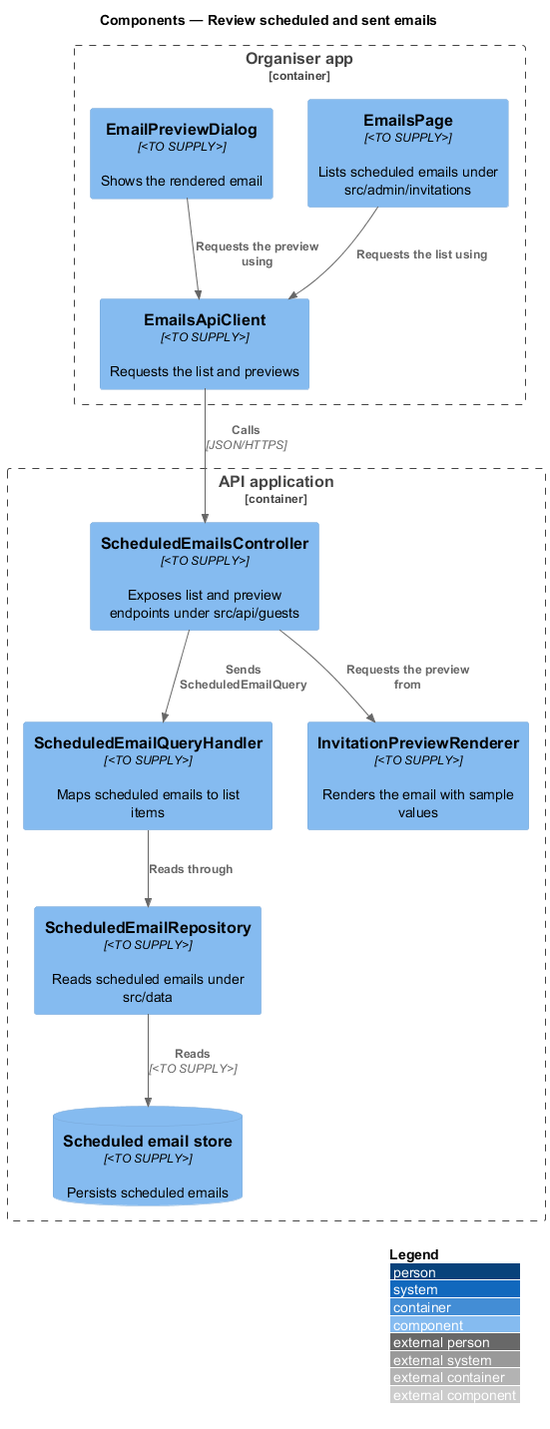
Earlier version of the PlantUML export docs/detailed-designs/invitations/review-scheduled-emails/diagrams/c4-component.png (QuinntyneBrown/rsvp-cms). Its diagram source:
```plantuml
@startuml
!include <C4/C4_Component>
LAYOUT_WITH_LEGEND()
title Components — Review scheduled and sent emails

Container_Boundary(admin, "Organiser app") {
  Component(page, "EmailsPage", "<TO SUPPLY>", "Lists scheduled emails under src/admin/invitations")
  Component(dialog, "EmailPreviewDialog", "<TO SUPPLY>", "Shows the rendered email")
  Component(client, "EmailsApiClient", "<TO SUPPLY>", "Requests the list and previews")
}
Container_Boundary(api, "API application") {
  Component(ctrl, "ScheduledEmailsController", "<TO SUPPLY>", "Exposes list and preview endpoints under src/api/guests")
  Component(handler, "ScheduledEmailQueryHandler", "<TO SUPPLY>", "Maps scheduled emails to list items")
  Component(renderer, "InvitationPreviewRenderer", "<TO SUPPLY>", "Renders the email with sample values")
  Component(repo, "ScheduledEmailRepository", "<TO SUPPLY>", "Reads scheduled emails under src/data")
  ComponentDb(store, "Scheduled email store", "<TO SUPPLY>", "Persists scheduled emails")
}

Rel(page, client, "Requests the list using")
Rel(dialog, client, "Requests the preview using")
Rel(client, ctrl, "Calls", "JSON/HTTPS")
Rel(ctrl, handler, "Sends ScheduledEmailQuery")
Rel(ctrl, renderer, "Requests the preview from")
Rel(handler, repo, "Reads through")
Rel(repo, store, "Reads", "<TO SUPPLY>")
@enduml
```
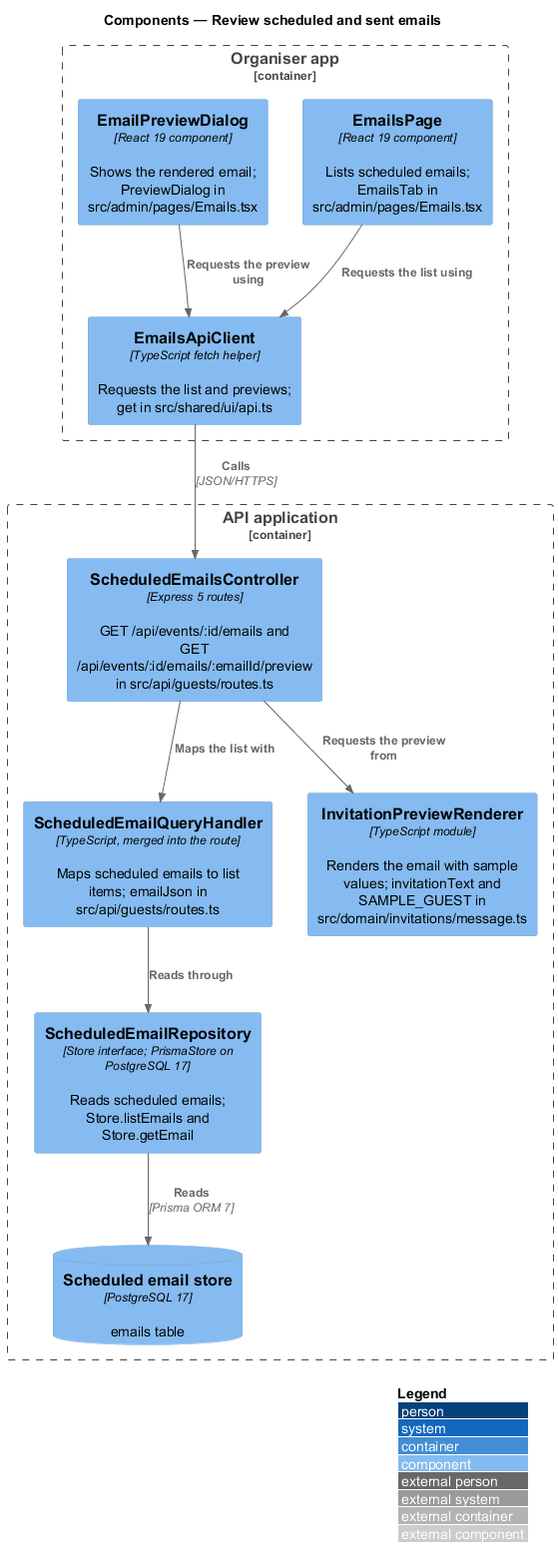
After the commit.

What changed in the source:
```diff
@@ -4,23 +4,23 @@
 title Components — Review scheduled and sent emails
 
 Container_Boundary(admin, "Organiser app") {
-  Component(page, "EmailsPage", "<TO SUPPLY>", "Lists scheduled emails under src/admin/invitations")
-  Component(dialog, "EmailPreviewDialog", "<TO SUPPLY>", "Shows the rendered email")
-  Component(client, "EmailsApiClient", "<TO SUPPLY>", "Requests the list and previews")
+  Component(page, "EmailsPage", "React 19 component", "Lists scheduled emails; EmailsTab in src/admin/pages/Emails.tsx")
+  Component(dialog, "EmailPreviewDialog", "React 19 component", "Shows the rendered email; PreviewDialog in src/admin/pages/Emails.tsx")
+  Component(client, "EmailsApiClient", "TypeScript fetch helper", "Requests the list and previews; get in src/shared/ui/api.ts")
 }
 Container_Boundary(api, "API application") {
-  Component(ctrl, "ScheduledEmailsController", "<TO SUPPLY>", "Exposes list and preview endpoints under src/api/guests")
-  Component(handler, "ScheduledEmailQueryHandler", "<TO SUPPLY>", "Maps scheduled emails to list items")
-  Component(renderer, "InvitationPreviewRenderer", "<TO SUPPLY>", "Renders the email with sample values")
-  Component(repo, "ScheduledEmailRepository", "<TO SUPPLY>", "Reads scheduled emails under src/data")
-  ComponentDb(store, "Scheduled email store", "<TO SUPPLY>", "Persists scheduled emails")
+  Component(ctrl, "ScheduledEmailsController", "Express 5 routes", "GET /api/events/:id/emails and GET /api/events/:id/emails/:emailId/preview in src/api/guests/routes.ts")
+  Component(handler, "ScheduledEmailQueryHandler", "TypeScript, merged into the route", "Maps scheduled emails to list items; emailJson in src/api/guests/routes.ts")
+  Component(renderer, "InvitationPreviewRenderer", "TypeScript module", "Renders the email with sample values; invitationText and SAMPLE_GUEST in src/domain/invitations/message.ts")
+  Component(repo, "ScheduledEmailRepository", "Store interface; PrismaStore on PostgreSQL 17", "Reads scheduled emails; Store.listEmails and Store.getEmail")
+  ComponentDb(store, "Scheduled email store", "PostgreSQL 17", "emails table")
 }
 
 Rel(page, client, "Requests the list using")
 Rel(dialog, client, "Requests the preview using")
 Rel(client, ctrl, "Calls", "JSON/HTTPS")
-Rel(ctrl, handler, "Sends ScheduledEmailQuery")
+Rel(ctrl, handler, "Maps the list with")
 Rel(ctrl, renderer, "Requests the preview from")
 Rel(handler, repo, "Reads through")
-Rel(repo, store, "Reads", "<TO SUPPLY>")
+Rel(repo, store, "Reads", "Prisma ORM 7")
 @enduml
```
